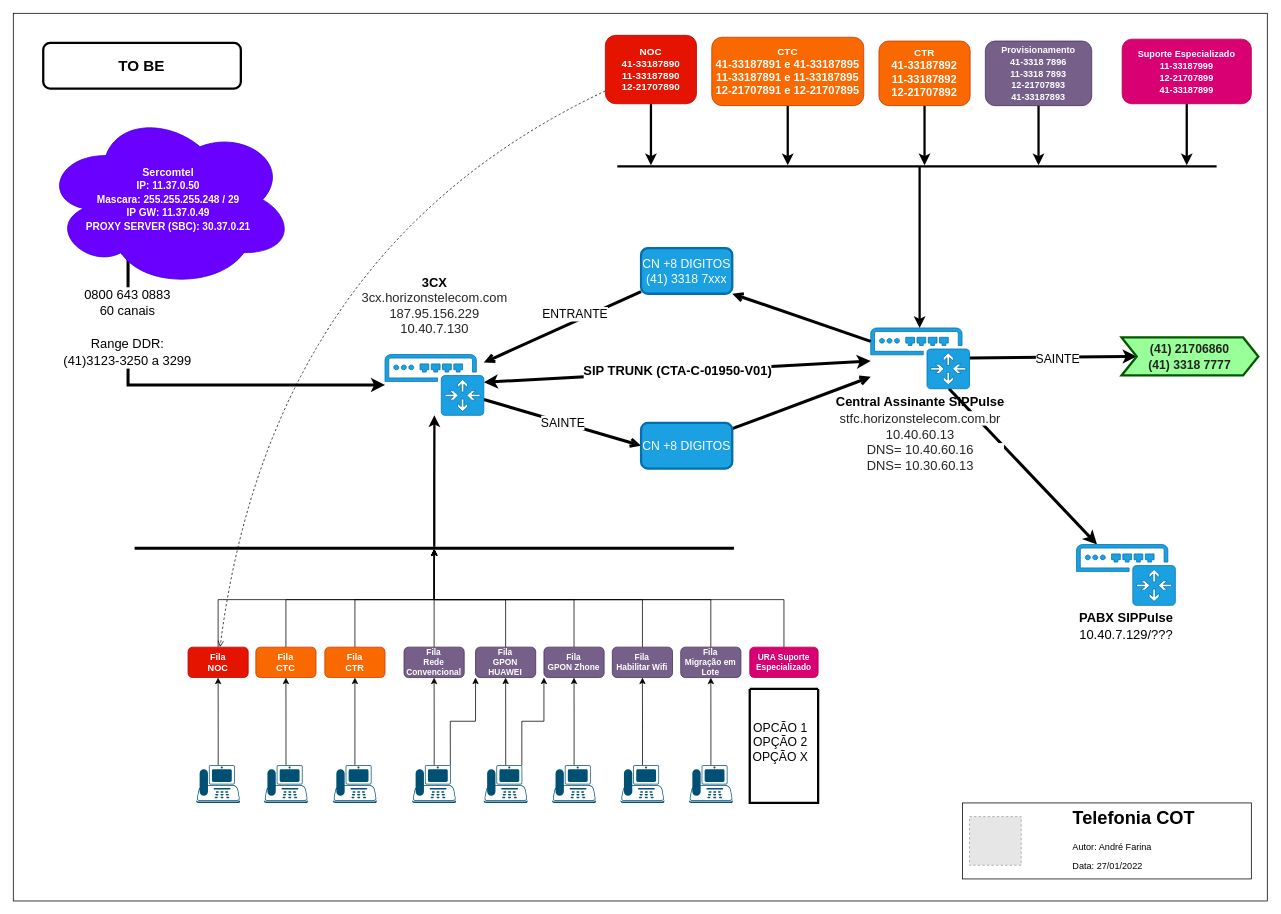
The draw.io diagram page "Page-1" (1 of 5) of 3CX.drawio in anlugifa/drawio, before the edit. Source tidied: cells renumbered, new cells numbered last; positions are measured from the earlier drawing's top-left corner, leaving out a move shared by most shapes. Both pictures are drawn from the tidied source at 76%, with x=0, y=0 at pixel (13, 13). Pictures stored in the file or linked from it are replaced by grey dashed boxes.
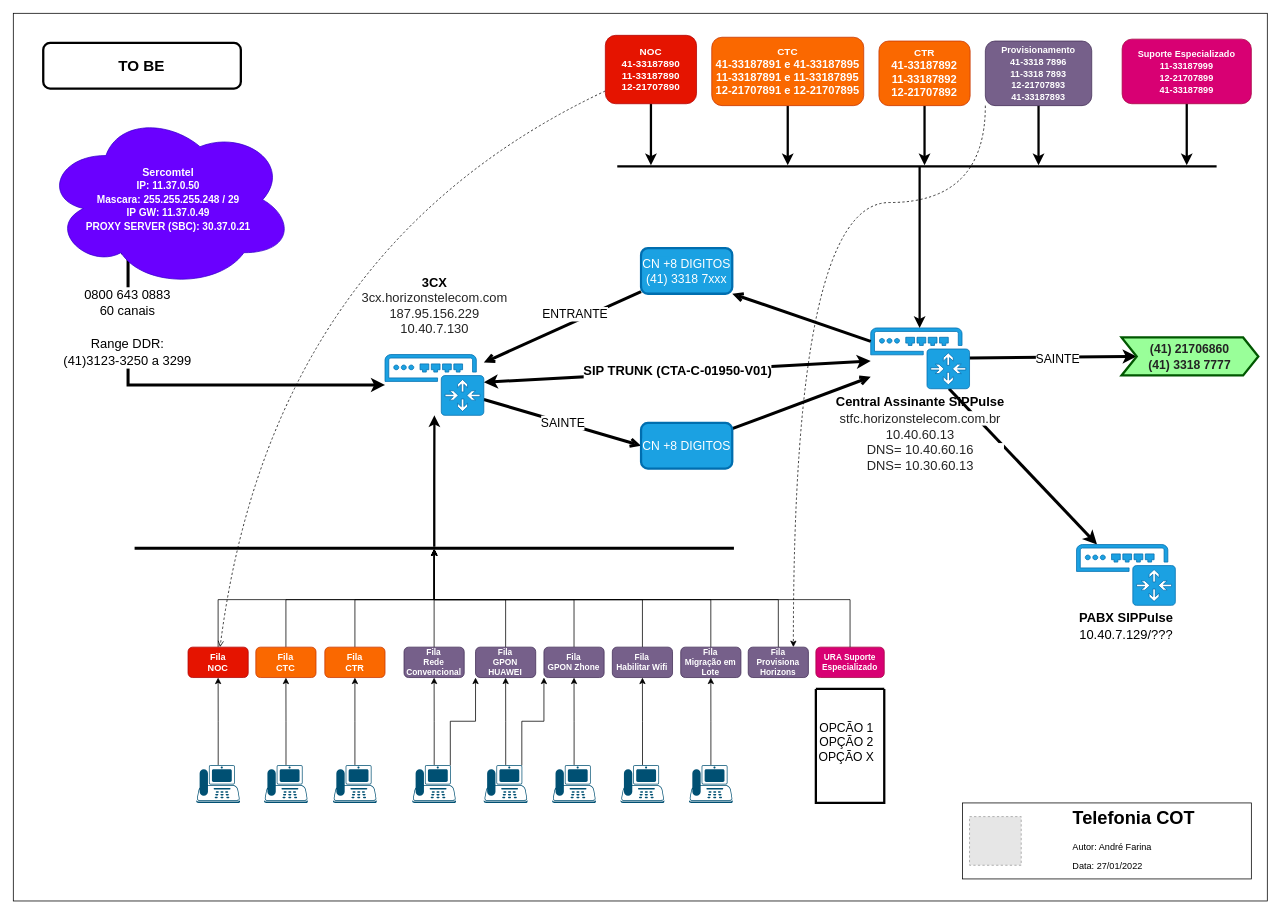
The same page after the edit.

Unchanged cells that the change refers to:
```xml
<mxCell id="44" style="line;strokeWidth=4;html=1;perimeter=backbonePerimeter;points=[];outlineConnect=0;fontSize=14;fontColor=#FFFFFF;" parent="1" vertex="1">
  <mxGeometry x="159.6" y="699" width="788.6" height="10" as="geometry" />
</mxCell>
<mxCell id="50" value="&lt;font style=&quot;font-size: 12px&quot;&gt;Provisionamento&lt;br&gt;&lt;span&gt;41-3318 7896&lt;br&gt;11-3318 7893&lt;br&gt;&lt;/span&gt;12-21707893&lt;br&gt;41-33187893&lt;/font&gt;&lt;span&gt;&lt;br&gt;&lt;/span&gt;" style="rounded=1;whiteSpace=wrap;html=1;fontSize=13;fontColor=#ffffff;fillColor=#76608a;strokeColor=#432D57;fontStyle=1;fontFamily=Helvetica;" parent="1" vertex="1">
  <mxGeometry x="1279" y="36.5" width="140" height="85" as="geometry" />
</mxCell>
```

The edit, as a diff of the source:
```diff
@@
+    <mxCell id="79" style="edgeStyle=orthogonalEdgeStyle;jettySize=auto;html=1;entryX=0.75;entryY=0;entryDx=0;entryDy=0;fontSize=18;curved=1;dashed=1;exitX=0;exitY=1;exitDx=0;exitDy=0;" parent="1" edge="1" source="50" target="81">
+      <mxGeometry relative="1" as="geometry">
+        <Array as="points">
+          <mxPoint x="1279" y="249" />
+          <mxPoint x="1026" y="249" />
+        </Array>
+      </mxGeometry>
+    </mxCell>
@@
     <mxCell id="69" value="URA Suporte&lt;br&gt;Especializado" style="rounded=1;whiteSpace=wrap;html=1;fontSize=11;fontColor=#ffffff;fillColor=#d80073;strokeColor=#A50040;fontStyle=1;" parent="1" vertex="1">
-      <mxGeometry x="969" y="834" width="90" height="40" as="geometry" />
+      <mxGeometry x="1056" y="834" width="90" height="40" as="geometry" />
     </mxCell>
@@
     <mxCell id="72" style="swimlane;startSize=0;labelBackgroundColor=#1BA1E2;fontFamily=Helvetica;fontSize=16;fontColor=#000000;strokeWidth=3;fillColor=#99FF99;" parent="1" vertex="1">
-      <mxGeometry x="969" y="889" width="90" height="150" as="geometry" />
+      <mxGeometry x="1056" y="889" width="90" height="150" as="geometry" />
     </mxCell>
     <mxCell id="73" value="OPCÃO 1&lt;br&gt;OPÇÃO 2&lt;br&gt;OPÇÃO X" style="text;html=1;align=center;verticalAlign=middle;strokeColor=none;fillColor=none;fontSize=16;fontFamily=Helvetica;fontColor=#000000;" parent="1" vertex="1">
-      <mxGeometry x="964" y="929" width="90" height="60" as="geometry" />
+      <mxGeometry x="1051" y="929" width="90" height="60" as="geometry" />
     </mxCell>
@@
+    <mxCell id="80" style="edgeStyle=orthogonalEdgeStyle;rounded=0;jettySize=auto;html=1;fontSize=18;exitX=0.5;exitY=0;exitDx=0;exitDy=0;" parent="1" edge="1" source="81" target="44">
+      <mxGeometry relative="1" as="geometry" />
+    </mxCell>
+    <mxCell id="81" value="Fila &lt;br style=&quot;font-size: 11px&quot;&gt;Provisiona&lt;br&gt;Horizons" style="rounded=1;whiteSpace=wrap;html=1;fontSize=11;fontColor=#ffffff;fillColor=#76608a;strokeColor=#432D57;fontStyle=1;" parent="1" vertex="1">
+      <mxGeometry x="967" y="834" width="79.2" height="40" as="geometry" />
+    </mxCell>
```
